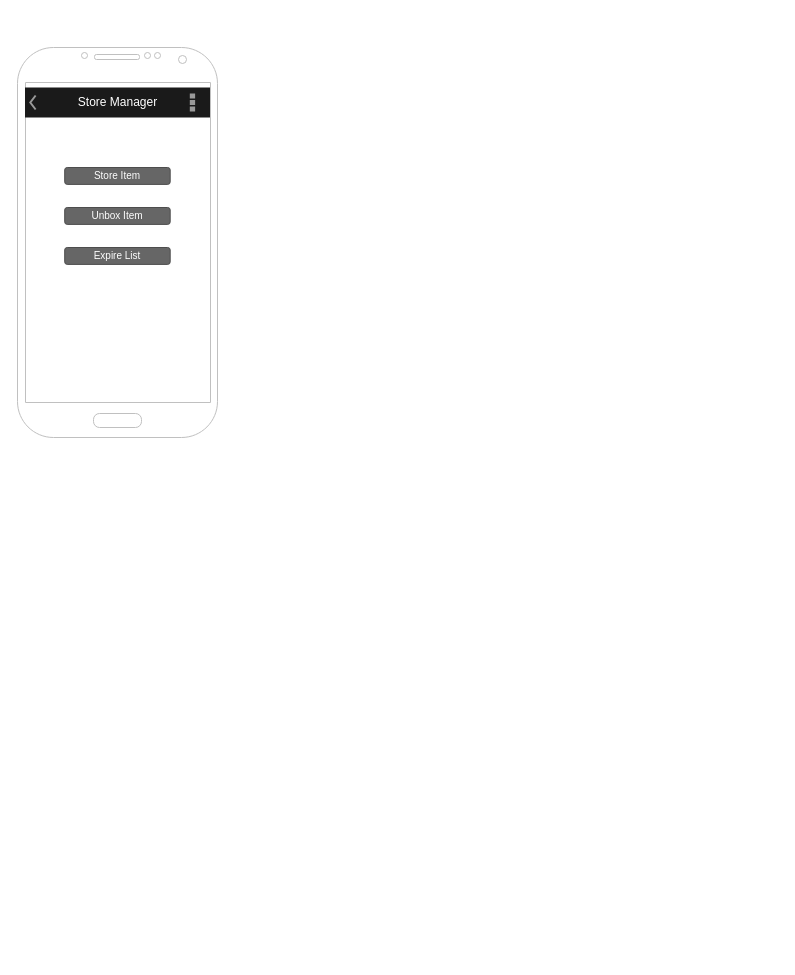
Before: storageManager/Mockups.drawio in better-live-movement/concepts, a draw.io diagram. Source tidied: cells renumbered, new cells numbered last; positions are measured from the earlier drawing's top-left corner, leaving out a move shared by most shapes. Both pictures are drawn from the tidied source at 100%, with x=0, y=0 at pixel (17, 47).
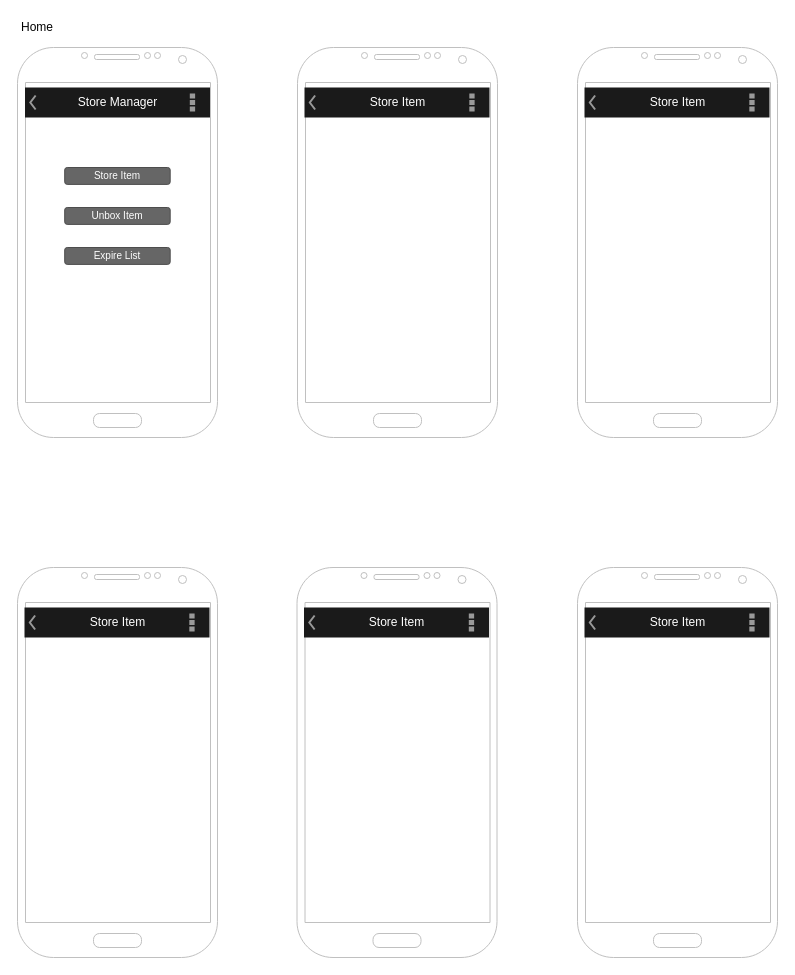
The same diagram, later.

The edit, as a diff of the source:
```diff
@@
 <mxGraphModel>
   <root>
     <mxCell id="0" />
     <mxCell id="1" parent="0" />
     <mxCell id="2" style="verticalLabelPosition=bottom;verticalAlign=top;html=1;shadow=0;dashed=0;strokeWidth=1;shape=mxgraph.android.phone2;strokeColor=#c0c0c0;" parent="1" vertex="1">
       <mxGeometry width="200" height="390" as="geometry" />
     </mxCell>
     <mxCell id="3" value="Store Manager" style="strokeWidth=1;html=1;shadow=0;dashed=0;shape=mxgraph.android.action_bar;fillColor=#1A1A1A;strokeColor=#c0c0c0;strokeWidth=2;fontColor=#FFFFFF;" parent="1" vertex="1">
       <mxGeometry x="7.5" y="40" width="185" height="30" as="geometry" />
     </mxCell>
     <mxCell id="4" value="Store Item" style="rounded=1;html=1;shadow=0;dashed=0;whiteSpace=wrap;fontSize=10;fillColor=#666666;align=center;strokeColor=#4D4D4D;fontColor=#ffffff;" parent="1" vertex="1">
       <mxGeometry x="47.2" y="120" width="105.5" height="16.9" as="geometry" />
     </mxCell>
     <mxCell id="5" value="Unbox Item" style="rounded=1;html=1;shadow=0;dashed=0;whiteSpace=wrap;fontSize=10;fillColor=#666666;align=center;strokeColor=#4D4D4D;fontColor=#ffffff;" parent="1" vertex="1">
       <mxGeometry x="47.2" y="160" width="105.5" height="16.9" as="geometry" />
     </mxCell>
     <mxCell id="6" value="Expire List" style="rounded=1;html=1;shadow=0;dashed=0;whiteSpace=wrap;fontSize=10;fillColor=#666666;align=center;strokeColor=#4D4D4D;fontColor=#ffffff;" parent="1" vertex="1">
       <mxGeometry x="47.2" y="200" width="105.5" height="16.9" as="geometry" />
     </mxCell>
+    <mxCell id="7" style="verticalLabelPosition=bottom;verticalAlign=top;html=1;shadow=0;dashed=0;strokeWidth=1;shape=mxgraph.android.phone2;strokeColor=#c0c0c0;" parent="1" vertex="1">
+      <mxGeometry x="280" width="200" height="390" as="geometry" />
+    </mxCell>
+    <mxCell id="8" value="Store Item" style="strokeWidth=1;html=1;shadow=0;dashed=0;shape=mxgraph.android.action_bar;fillColor=#1A1A1A;strokeColor=#c0c0c0;strokeWidth=2;fontColor=#FFFFFF;" parent="1" vertex="1">
+      <mxGeometry x="287" y="40" width="185" height="30" as="geometry" />
+    </mxCell>
+    <mxCell id="9" value="Home" style="text;html=1;strokeColor=none;fillColor=none;align=center;verticalAlign=middle;whiteSpace=wrap;rounded=0;" parent="1" vertex="1">
+      <mxGeometry y="-30" width="40" height="20" as="geometry" />
+    </mxCell>
+    <mxCell id="10" style="verticalLabelPosition=bottom;verticalAlign=top;html=1;shadow=0;dashed=0;strokeWidth=1;shape=mxgraph.android.phone2;strokeColor=#c0c0c0;" parent="1" vertex="1">
+      <mxGeometry x="560" width="200" height="390" as="geometry" />
+    </mxCell>
+    <mxCell id="11" value="Store Item" style="strokeWidth=1;html=1;shadow=0;dashed=0;shape=mxgraph.android.action_bar;fillColor=#1A1A1A;strokeColor=#c0c0c0;strokeWidth=2;fontColor=#FFFFFF;" parent="1" vertex="1">
+      <mxGeometry x="567" y="40" width="185" height="30" as="geometry" />
+    </mxCell>
+    <mxCell id="12" style="verticalLabelPosition=bottom;verticalAlign=top;html=1;shadow=0;dashed=0;strokeWidth=1;shape=mxgraph.android.phone2;strokeColor=#c0c0c0;" parent="1" vertex="1">
+      <mxGeometry y="520" width="200" height="390" as="geometry" />
+    </mxCell>
+    <mxCell id="13" value="Store Item" style="strokeWidth=1;html=1;shadow=0;dashed=0;shape=mxgraph.android.action_bar;fillColor=#1A1A1A;strokeColor=#c0c0c0;strokeWidth=2;fontColor=#FFFFFF;" parent="1" vertex="1">
+      <mxGeometry x="7" y="560" width="185" height="30" as="geometry" />
+    </mxCell>
+    <mxCell id="14" style="verticalLabelPosition=bottom;verticalAlign=top;html=1;shadow=0;dashed=0;strokeWidth=1;shape=mxgraph.android.phone2;strokeColor=#c0c0c0;" parent="1" vertex="1">
+      <mxGeometry x="279.5" y="520" width="200" height="390" as="geometry" />
+    </mxCell>
+    <mxCell id="15" value="Store Item" style="strokeWidth=1;html=1;shadow=0;dashed=0;shape=mxgraph.android.action_bar;fillColor=#1A1A1A;strokeColor=#c0c0c0;strokeWidth=2;fontColor=#FFFFFF;" parent="1" vertex="1">
+      <mxGeometry x="286.5" y="560" width="185" height="30" as="geometry" />
+    </mxCell>
+    <mxCell id="16" style="verticalLabelPosition=bottom;verticalAlign=top;html=1;shadow=0;dashed=0;strokeWidth=1;shape=mxgraph.android.phone2;strokeColor=#c0c0c0;" parent="1" vertex="1">
+      <mxGeometry x="560" y="520" width="200" height="390" as="geometry" />
+    </mxCell>
+    <mxCell id="17" value="Store Item" style="strokeWidth=1;html=1;shadow=0;dashed=0;shape=mxgraph.android.action_bar;fillColor=#1A1A1A;strokeColor=#c0c0c0;strokeWidth=2;fontColor=#FFFFFF;" parent="1" vertex="1">
+      <mxGeometry x="567" y="560" width="185" height="30" as="geometry" />
+    </mxCell>
   </root>
 </mxGraphModel>
```
